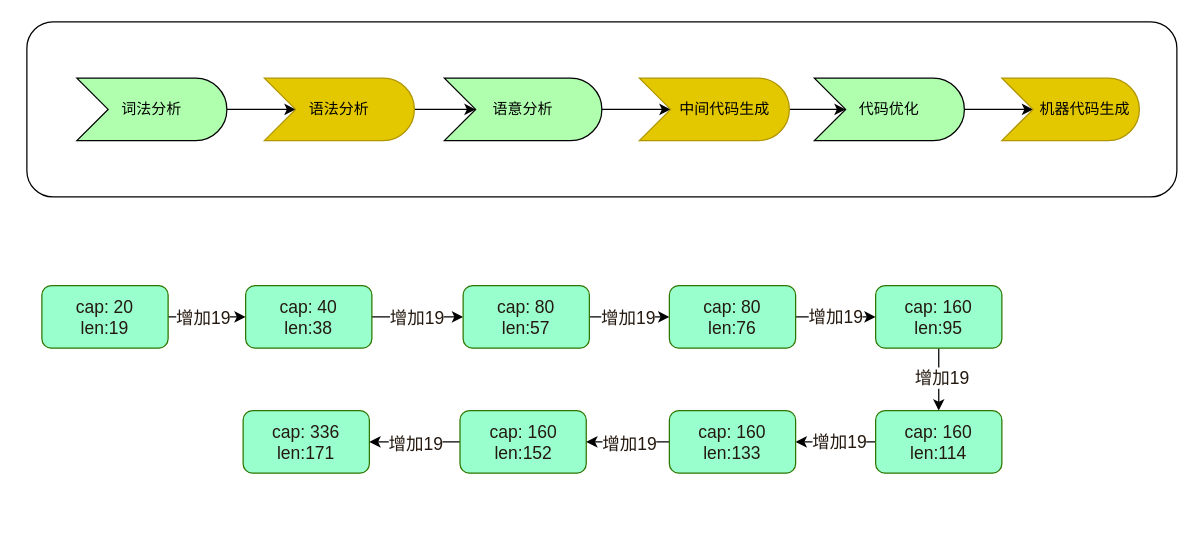
xinguai/asmshare keeps this draw.io diagram as page "go语言编译" (11 of 11) of sidecar.drawio. Above is the earlier version. Source tidied: cells renumbered, new cells numbered last; positions are measured from the earlier drawing's top-left corner, leaving out a move shared by most shapes. Both pictures are drawn from the tidied source at 125%, with x=0, y=0 at pixel (26, 21).
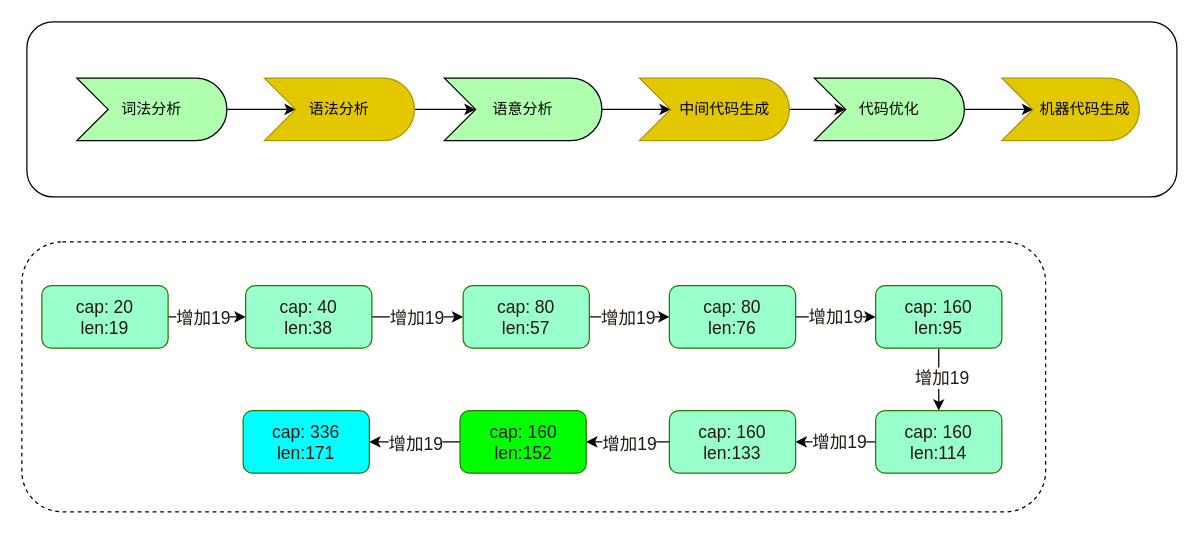
Above is the later version.

The edit, as a diff of the source:
```diff
@@
+    <mxCell id="38" style="rounded=1;whiteSpace=wrap;html=1;shadow=0;glass=0;dashed=1;" parent="1" vertex="1">
+      <mxGeometry x="-4" y="176" width="819" height="216" as="geometry" />
+    </mxCell>
@@
-    <mxCell id="23" value="&lt;font style=&quot;font-size: 14px;&quot; color=&quot;#241910&quot;&gt;cap: 336&lt;br style=&quot;&quot;&gt;len:171&lt;/font&gt;" style="rounded=1;whiteSpace=wrap;html=1;shadow=0;glass=0;fillColor=#99FFCC;strokeColor=#2D7600;fontColor=#ffffff;" parent="1" vertex="1">
+    <mxCell id="23" value="&lt;font style=&quot;font-size: 14px;&quot; color=&quot;#241910&quot;&gt;cap: 336&lt;br style=&quot;&quot;&gt;len:171&lt;/font&gt;" style="rounded=1;whiteSpace=wrap;html=1;shadow=0;glass=0;fillColor=#00FFFF;strokeColor=#2D7600;fontColor=#ffffff;" parent="1" vertex="1">
       <mxGeometry x="173" y="311" width="101" height="50" as="geometry" />
     </mxCell>
@@
-    <mxCell id="32" value="&lt;font style=&quot;font-size: 14px;&quot; color=&quot;#241910&quot;&gt;cap: 160&lt;br style=&quot;&quot;&gt;len:152&lt;/font&gt;" style="rounded=1;whiteSpace=wrap;html=1;shadow=0;glass=0;fillColor=#99FFCC;strokeColor=#2D7600;fontColor=#ffffff;" parent="1" vertex="1">
+    <mxCell id="32" value="&lt;font style=&quot;font-size: 14px;&quot; color=&quot;#241910&quot;&gt;cap: 160&lt;br style=&quot;&quot;&gt;len:152&lt;/font&gt;" style="rounded=1;whiteSpace=wrap;html=1;shadow=0;glass=0;fillColor=#00FF00;strokeColor=#2D7600;fontColor=#ffffff;" parent="1" vertex="1">
       <mxGeometry x="346.5" y="311" width="101" height="50" as="geometry" />
     </mxCell>
```
